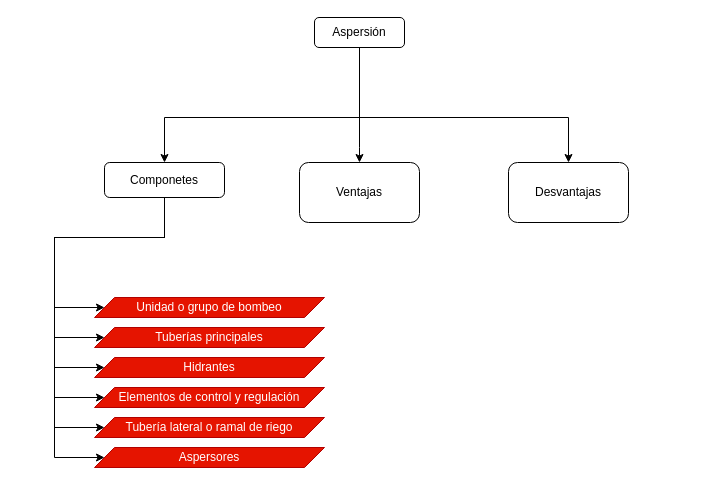
The draw.io diagram Diagrama sin título.drawio in 420Avila/Mapa_Sistemas_Presurizados, before the edit. Source tidied: cells renumbered, new cells numbered last; positions are measured from the earlier drawing's top-left corner, leaving out a move shared by most shapes. Both pictures are drawn from the tidied source at 100%, with x=0, y=0 at pixel (54, 17).
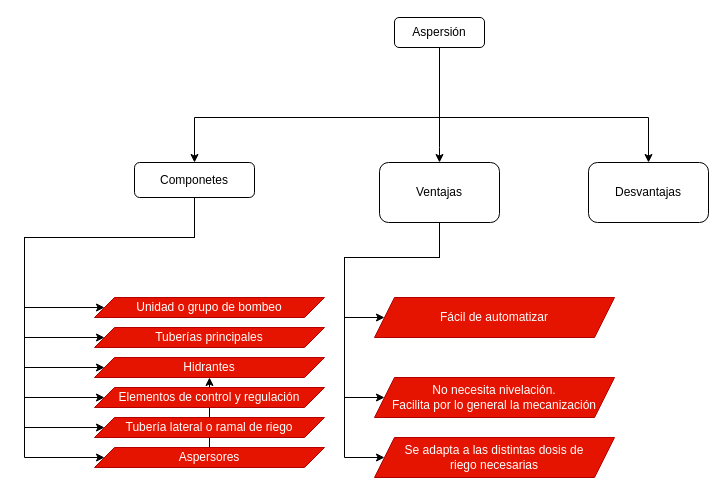
After the change.

Unchanged cells that the change refers to:
```xml
<mxCell id="15" value="Aspersores" style="shape=parallelogram;perimeter=parallelogramPerimeter;whiteSpace=wrap;html=1;fixedSize=1;fillColor=#e51400;fontColor=#ffffff;strokeColor=#B20000;" parent="1" vertex="1">
  <mxGeometry x="40" y="430" width="230" height="20" as="geometry" />
</mxCell>
<mxCell id="16" value="Unidad o grupo de bombeo &lt;br&gt;" style="shape=parallelogram;perimeter=parallelogramPerimeter;whiteSpace=wrap;html=1;fixedSize=1;fillColor=#e51400;strokeColor=#B20000;fontColor=#ffffff;" parent="1" vertex="1">
  <mxGeometry x="40" y="280" width="230" height="20" as="geometry" />
</mxCell>
<mxCell id="17" value="Tuberías principales&lt;br&gt;" style="shape=parallelogram;perimeter=parallelogramPerimeter;whiteSpace=wrap;html=1;fixedSize=1;fillColor=#e51400;strokeColor=#B20000;fontColor=#ffffff;" parent="1" vertex="1">
  <mxGeometry x="40" y="310" width="230" height="20" as="geometry" />
</mxCell>
<mxCell id="18" value="Elementos de control y regulación" style="shape=parallelogram;perimeter=parallelogramPerimeter;whiteSpace=wrap;html=1;fixedSize=1;fillColor=#e51400;fontColor=#ffffff;strokeColor=#B20000;" parent="1" vertex="1">
  <mxGeometry x="40" y="370" width="230" height="20" as="geometry" />
</mxCell>
<mxCell id="19" value="Tubería lateral o ramal de riego&lt;br&gt;" style="shape=parallelogram;perimeter=parallelogramPerimeter;whiteSpace=wrap;html=1;fixedSize=1;fillColor=#e51400;fontColor=#ffffff;strokeColor=#B20000;" parent="1" vertex="1">
  <mxGeometry x="40" y="400" width="230" height="20" as="geometry" />
</mxCell>
<mxCell id="20" value="Hidrantes&lt;br&gt;" style="shape=parallelogram;perimeter=parallelogramPerimeter;whiteSpace=wrap;html=1;fixedSize=1;fillColor=#e51400;strokeColor=#B20000;fontColor=#ffffff;" parent="1" vertex="1">
  <mxGeometry x="40" y="340" width="230" height="20" as="geometry" />
</mxCell>
```

What changed in the source:
```diff
@@
     <mxCell id="2" style="edgeStyle=orthogonalEdgeStyle;rounded=0;jettySize=auto;html=1;" parent="1" edge="1" source="5" target="13">
       <mxGeometry relative="1" as="geometry">
         <Array as="points">
-          <mxPoint x="305" y="130" />
-          <mxPoint x="305" y="130" />
+          <mxPoint x="385" y="130" />
+          <mxPoint x="385" y="130" />
         </Array>
       </mxGeometry>
     </mxCell>
     <mxCell id="3" style="edgeStyle=orthogonalEdgeStyle;rounded=0;jettySize=auto;html=1;" parent="1" edge="1" source="5" target="14">
       <mxGeometry relative="1" as="geometry">
         <Array as="points">
-          <mxPoint x="305" y="100" />
-          <mxPoint x="514" y="100" />
+          <mxPoint x="385" y="100" />
+          <mxPoint x="594" y="100" />
         </Array>
       </mxGeometry>
     </mxCell>
     <mxCell id="4" style="edgeStyle=orthogonalEdgeStyle;rounded=0;jettySize=auto;html=1;entryX=0.5;entryY=0;entryDx=0;entryDy=0;" parent="1" edge="1" source="5" target="12">
       <mxGeometry relative="1" as="geometry">
         <Array as="points">
-          <mxPoint x="305" y="100" />
-          <mxPoint x="110" y="100" />
+          <mxPoint x="385" y="100" />
+          <mxPoint x="140" y="100" />
         </Array>
       </mxGeometry>
     </mxCell>
     <mxCell id="5" value="&lt;span&gt;&lt;span&gt;Aspersión&lt;/span&gt;&lt;/span&gt;" style="rounded=1;whiteSpace=wrap;html=1;" parent="1" vertex="1">
-      <mxGeometry x="260" width="90" height="30" as="geometry" />
+      <mxGeometry x="340" width="90" height="30" as="geometry" />
     </mxCell>
     <mxCell id="6" style="edgeStyle=orthogonalEdgeStyle;rounded=0;jettySize=auto;html=1;" parent="1" edge="1" source="12" target="19">
       <mxGeometry relative="1" as="geometry">
         <Array as="points">
-          <mxPoint x="110" y="220" />
-          <mxPoint y="220" />
-          <mxPoint y="410" />
+          <mxPoint x="140" y="220" />
+          <mxPoint x="-30" y="220" />
+          <mxPoint x="-30" y="410" />
         </Array>
       </mxGeometry>
     </mxCell>
     <mxCell id="7" style="edgeStyle=orthogonalEdgeStyle;rounded=0;jettySize=auto;html=1;entryX=0;entryY=0.5;entryDx=0;entryDy=0;" parent="1" edge="1" source="12" target="16">
       <mxGeometry relative="1" as="geometry">
         <Array as="points">
-          <mxPoint x="110" y="220" />
-          <mxPoint y="220" />
-          <mxPoint y="290" />
+          <mxPoint x="140" y="220" />
+          <mxPoint x="-30" y="220" />
+          <mxPoint x="-30" y="290" />
         </Array>
       </mxGeometry>
     </mxCell>
     <mxCell id="8" style="edgeStyle=orthogonalEdgeStyle;rounded=0;jettySize=auto;html=1;entryX=0;entryY=0.5;entryDx=0;entryDy=0;" parent="1" edge="1" source="12" target="17">
       <mxGeometry relative="1" as="geometry">
         <Array as="points">
-          <mxPoint x="110" y="220" />
-          <mxPoint y="220" />
-          <mxPoint y="320" />
+          <mxPoint x="140" y="220" />
+          <mxPoint x="-30" y="220" />
+          <mxPoint x="-30" y="320" />
         </Array>
       </mxGeometry>
     </mxCell>
     <mxCell id="9" style="edgeStyle=orthogonalEdgeStyle;rounded=0;jettySize=auto;html=1;entryX=0;entryY=0.5;entryDx=0;entryDy=0;" parent="1" edge="1" source="12" target="20">
       <mxGeometry relative="1" as="geometry">
         <Array as="points">
-          <mxPoint x="110" y="220" />
-          <mxPoint y="220" />
-          <mxPoint y="350" />
+          <mxPoint x="140" y="220" />
+          <mxPoint x="-30" y="220" />
+          <mxPoint x="-30" y="350" />
         </Array>
       </mxGeometry>
     </mxCell>
     <mxCell id="10" style="edgeStyle=orthogonalEdgeStyle;rounded=0;jettySize=auto;html=1;entryX=0;entryY=0.5;entryDx=0;entryDy=0;" parent="1" edge="1" source="12" target="18">
       <mxGeometry relative="1" as="geometry">
         <Array as="points">
-          <mxPoint x="110" y="220" />
-          <mxPoint y="220" />
-          <mxPoint y="380" />
+          <mxPoint x="140" y="220" />
+          <mxPoint x="-30" y="220" />
+          <mxPoint x="-30" y="380" />
         </Array>
       </mxGeometry>
     </mxCell>
     <mxCell id="11" style="edgeStyle=orthogonalEdgeStyle;rounded=0;jettySize=auto;html=1;entryX=0;entryY=0.5;entryDx=0;entryDy=0;" parent="1" edge="1" source="12" target="15">
       <mxGeometry relative="1" as="geometry">
         <Array as="points">
-          <mxPoint x="110" y="220" />
-          <mxPoint y="220" />
-          <mxPoint y="440" />
+          <mxPoint x="140" y="220" />
+          <mxPoint x="-30" y="220" />
+          <mxPoint x="-30" y="440" />
         </Array>
       </mxGeometry>
     </mxCell>
     <mxCell id="12" value="Componetes" style="whiteSpace=wrap;html=1;rounded=1;" parent="1" vertex="1">
-      <mxGeometry x="50" y="145" width="120" height="35" as="geometry" />
+      <mxGeometry x="80" y="145" width="120" height="35" as="geometry" />
     </mxCell>
+    <mxCell id="21" style="edgeStyle=orthogonalEdgeStyle;rounded=0;jettySize=auto;html=1;entryX=0;entryY=0.5;entryDx=0;entryDy=0;" parent="1" edge="1" source="13" target="26">
+      <mxGeometry relative="1" as="geometry">
+        <Array as="points">
+          <mxPoint x="385" y="240" />
+          <mxPoint x="290" y="240" />
+          <mxPoint x="290" y="440" />
+        </Array>
+      </mxGeometry>
+    </mxCell>
+    <mxCell id="22" style="edgeStyle=orthogonalEdgeStyle;rounded=0;jettySize=auto;html=1;entryX=0;entryY=0.5;entryDx=0;entryDy=0;" parent="1" edge="1" source="13" target="27">
+      <mxGeometry relative="1" as="geometry">
+        <Array as="points">
+          <mxPoint x="385" y="240" />
+          <mxPoint x="290" y="240" />
+          <mxPoint x="290" y="380" />
+        </Array>
+      </mxGeometry>
+    </mxCell>
+    <mxCell id="23" style="edgeStyle=orthogonalEdgeStyle;rounded=0;jettySize=auto;html=1;entryX=0;entryY=0.5;entryDx=0;entryDy=0;" parent="1" edge="1" source="13" target="25">
+      <mxGeometry relative="1" as="geometry">
+        <Array as="points">
+          <mxPoint x="385" y="240" />
+          <mxPoint x="290" y="240" />
+          <mxPoint x="290" y="300" />
+        </Array>
+      </mxGeometry>
+    </mxCell>
     <mxCell id="13" value="Ventajas" style="whiteSpace=wrap;html=1;rounded=1;" parent="1" vertex="1">
-      <mxGeometry x="245" y="145" width="120" height="60" as="geometry" />
+      <mxGeometry x="325" y="145" width="120" height="60" as="geometry" />
     </mxCell>
     <mxCell id="14" value="Desvantajas" style="whiteSpace=wrap;html=1;rounded=1;" parent="1" vertex="1">
-      <mxGeometry x="454" y="145" width="120" height="60" as="geometry" />
+      <mxGeometry x="534" y="145" width="120" height="60" as="geometry" />
     </mxCell>
+    <mxCell id="24" style="edgeStyle=orthogonalEdgeStyle;rounded=0;jettySize=auto;html=1;" parent="1" edge="1" source="15" target="20">
+      <mxGeometry relative="1" as="geometry" />
+    </mxCell>
@@
+    <mxCell id="25" value="Fácil de automatizar&lt;br&gt;" style="shape=parallelogram;perimeter=parallelogramPerimeter;whiteSpace=wrap;html=1;fixedSize=1;fillColor=#e51400;strokeColor=#B20000;fontColor=#ffffff;" parent="1" vertex="1">
+      <mxGeometry x="320" y="280" width="240" height="40" as="geometry" />
+    </mxCell>
+    <mxCell id="26" value="&lt;div&gt;Se adapta a las distintas dosis de &lt;br&gt;&lt;/div&gt;&lt;div&gt;riego necesarias&lt;/div&gt;" style="shape=parallelogram;perimeter=parallelogramPerimeter;whiteSpace=wrap;html=1;fixedSize=1;fillColor=#e51400;strokeColor=#B20000;fontColor=#ffffff;" parent="1" vertex="1">
+      <mxGeometry x="320" y="420" width="240" height="40" as="geometry" />
+    </mxCell>
+    <mxCell id="27" value="&lt;div&gt;No necesita nivelación. &lt;br&gt;&lt;/div&gt;&lt;div&gt;Facilita por lo general la mecanización&lt;/div&gt;" style="shape=parallelogram;perimeter=parallelogramPerimeter;whiteSpace=wrap;html=1;fixedSize=1;fillColor=#e51400;strokeColor=#B20000;fontColor=#ffffff;" parent="1" vertex="1">
+      <mxGeometry x="320" y="360" width="240" height="40" as="geometry" />
+    </mxCell>
```
